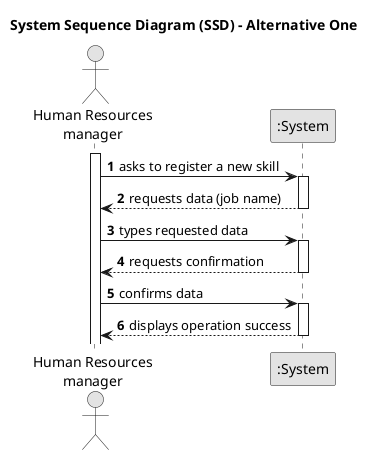
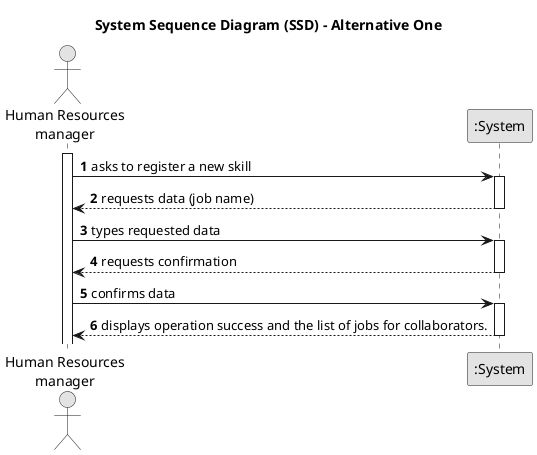
@startuml
skinparam monochrome true
skinparam packageStyle rectangle
skinparam shadowing false

title System Sequence Diagram (SSD) - Alternative One

autonumber

actor "Human Resources\nmanager" as Manager
participant ":System" as System

activate Manager

    Manager -> System : asks to register a new skill
    activate System

        System --> Manager : requests data (job name)
    deactivate System

   Manager  -> System : types requested data
    activate System

        System --> Manager  : requests confirmation
    deactivate System

    Manager  -> System : confirms data
    activate System

-         System --> Manager : displays operation success
+         System --> Manager : displays operation success and the list of jobs for collaborators.
    deactivate System

@enduml